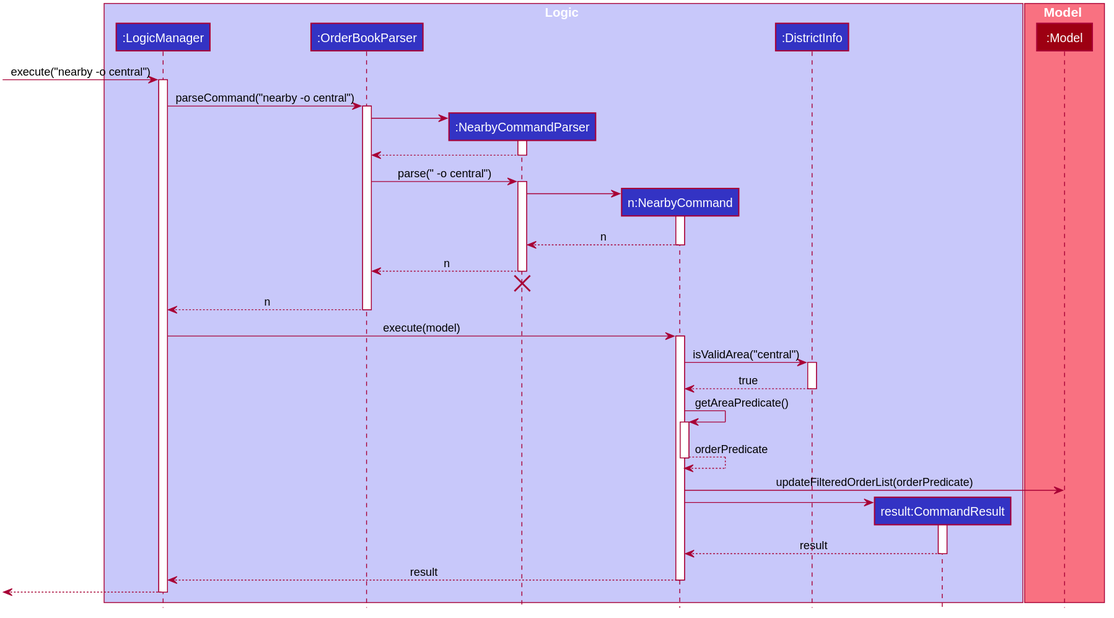
nus-cs2103-AY1920S2/addressbook-level3 keeps this PlantUML diagram as docs/images/NearbyCommandSequenceDiagram2.svg. Above is the earlier version.
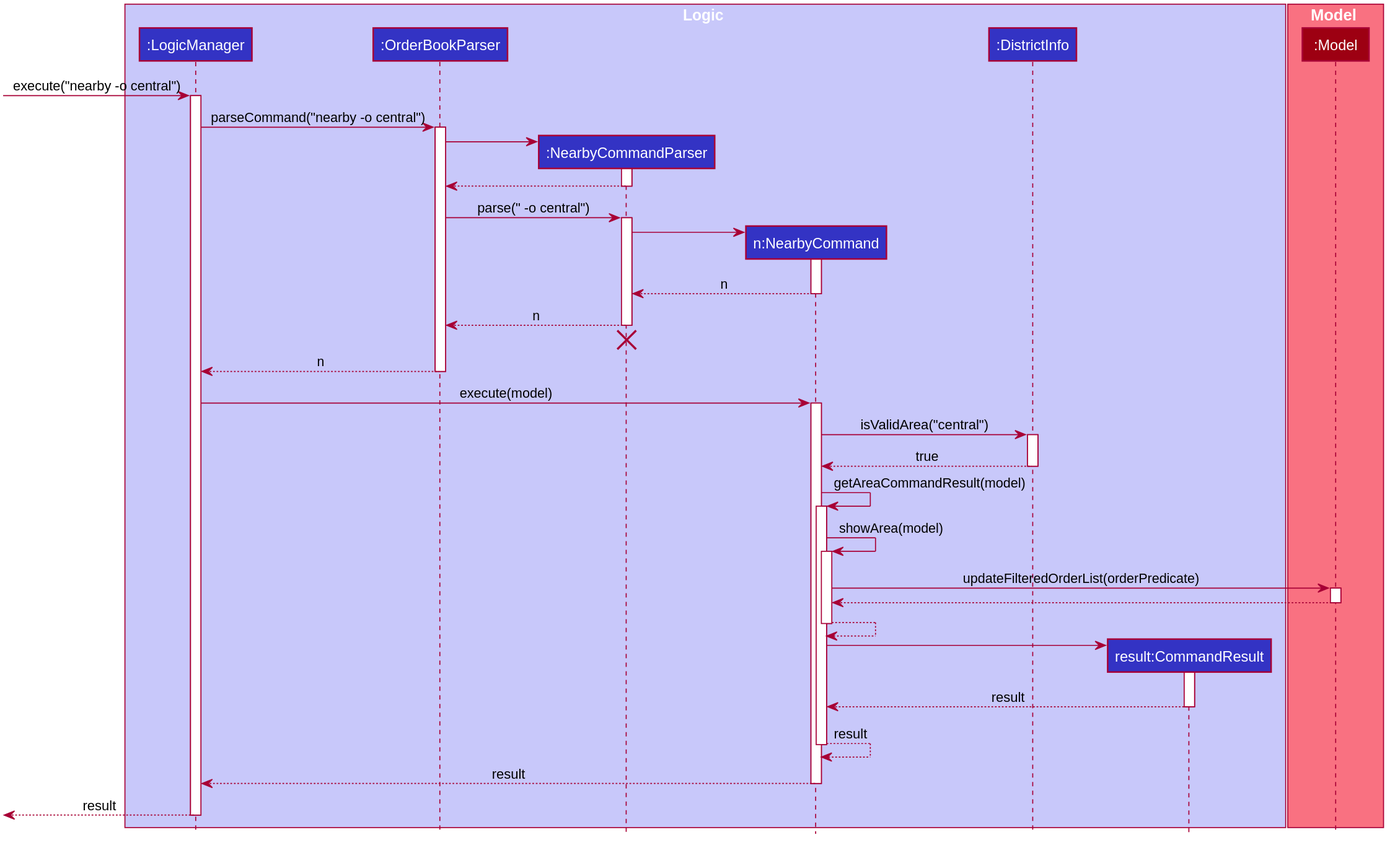
Above is the later version.

Commit message:
Update Nearby Command Class and Sequence Diagrams

Change to the diagram source:
```diff
@@ -99,12 +99,15 @@
 DistrictInfo --> NearbyCommand: true
 deactivate DistrictInfo
 
-NearbyCommand -> NearbyCommand: getAreaPredicate()
+NearbyCommand -> NearbyCommand : getAreaCommandResult(model)
 activate NearbyCommand
-NearbyCommand --> NearbyCommand: orderPredicate
+NearbyCommand -> NearbyCommand : showArea(model)
+activate NearbyCommand
+NearbyCommand -> Model++ : updateFilteredOrderList(orderPredicate)
+Model --> NearbyCommand
+deactivate Model
+NearbyCommand --> NearbyCommand
 deactivate NearbyCommand
-
-NearbyCommand -> Model: updateFilteredOrderList(orderPredicate)
 
 create CommandResult
 NearbyCommand -> CommandResult
@@ -112,10 +115,12 @@
 
 CommandResult --> NearbyCommand: result
 deactivate CommandResult
+NearbyCommand --> NearbyCommand: result
+deactivate NearbyCommand
 
 NearbyCommand --> LogicManager : result
 deactivate NearbyCommand
 
-[<--LogicManager
+[<--LogicManager: result
 deactivate LogicManager
 @enduml
```
